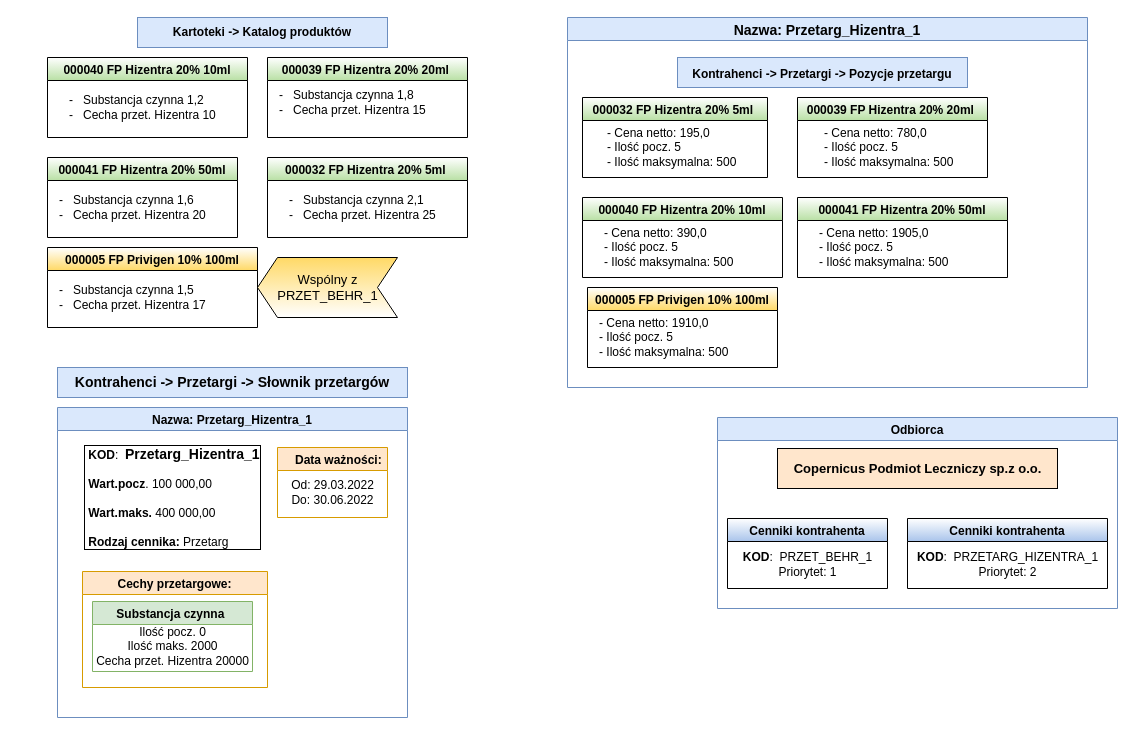
Earlier version of the draw.io diagram page "Page-2" (2 of 3) of Copy of Diagram_Przetargi.drawio (icharewicz/Diagrams). Source tidied: cells renumbered, new cells numbered last; positions are measured from the earlier drawing's top-left corner, leaving out a move shared by most shapes. Both pictures are drawn from the tidied source at 100%, with x=0, y=0 at pixel (47, 17).
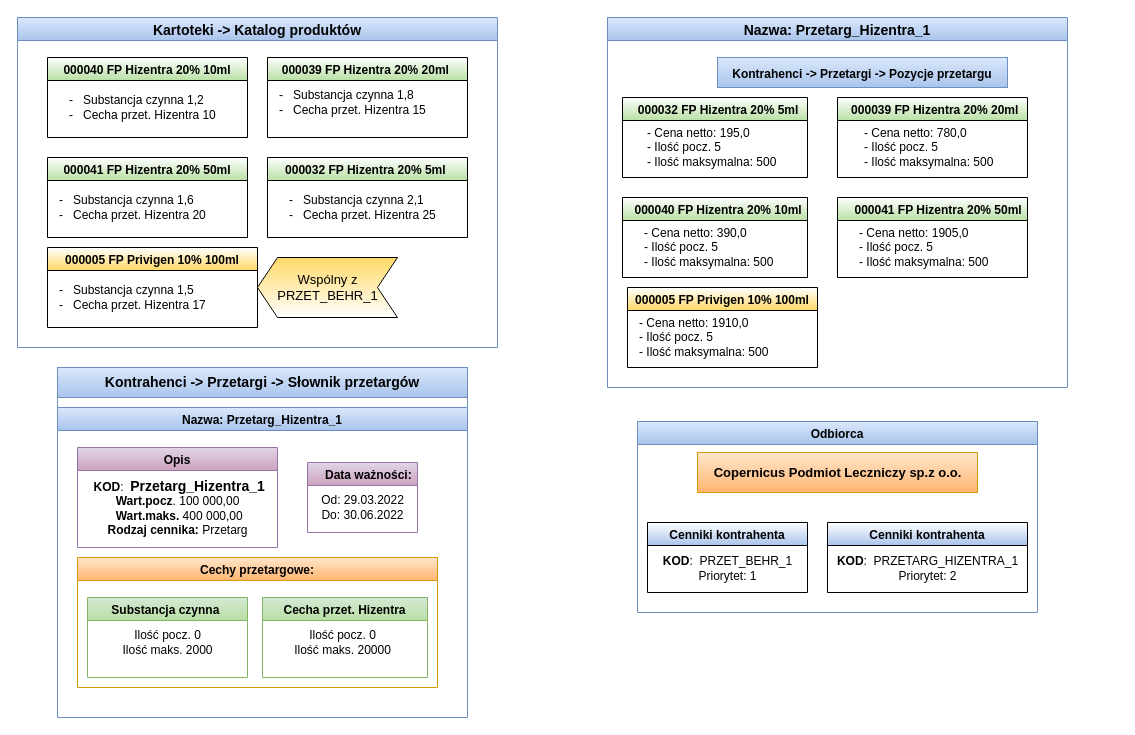
The same diagram, later.

The edit, as a diff of the source:
```diff
@@
-    <mxCell id="4" value="&lt;span style=&quot;font-weight: 700&quot;&gt;Kartoteki -&amp;gt; Katalog produktów&lt;/span&gt;" style="rounded=0;whiteSpace=wrap;html=1;fillColor=#dae8fc;strokeColor=#6c8ebf;" parent="1" vertex="1">
-      <mxGeometry x="90" width="250" height="30" as="geometry" />
-    </mxCell>
@@
-    <mxCell id="7" value="&lt;span style=&quot;font-family: &amp;#34;calibri&amp;#34; , sans-serif&quot;&gt;&lt;b&gt;&lt;font style=&quot;font-size: 14px&quot;&gt;Kontrahenci -&amp;gt; Przetargi -&amp;gt; Słownik przetargów&lt;/font&gt;&lt;/b&gt;&lt;/span&gt;" style="rounded=0;whiteSpace=wrap;html=1;fillColor=#dae8fc;strokeColor=#6c8ebf;" parent="1" vertex="1">
-      <mxGeometry x="10" y="350" width="350" height="30" as="geometry" />
+    <mxCell id="7" value="&lt;span style=&quot;font-family: &amp;#34;calibri&amp;#34; , sans-serif&quot;&gt;&lt;b&gt;&lt;font style=&quot;font-size: 14px&quot;&gt;Kontrahenci -&amp;gt; Przetargi -&amp;gt; Słownik przetargów&lt;/font&gt;&lt;/b&gt;&lt;/span&gt;" style="rounded=0;whiteSpace=wrap;html=1;fillColor=#dae8fc;strokeColor=#6c8ebf;gradientColor=#A9C4EB;" parent="1" vertex="1">
+      <mxGeometry x="10" y="350" width="410" height="30" as="geometry" />
     </mxCell>
-    <mxCell id="8" value="Nazwa: Przetarg_Hizentra_1" style="swimlane;align=center;fillColor=#dae8fc;strokeColor=#6c8ebf;" parent="1" vertex="1">
-      <mxGeometry x="10" y="390" width="350" height="310" as="geometry" />
+    <mxCell id="8" value="Nazwa: Przetarg_Hizentra_1" style="swimlane;align=center;fillColor=#dae8fc;strokeColor=#6c8ebf;gradientColor=#A9C4EB;" parent="1" vertex="1">
+      <mxGeometry x="10" y="390" width="410" height="310" as="geometry" />
     </mxCell>
-    <mxCell id="9" value="&lt;b&gt;&amp;nbsp;KOD&lt;/b&gt;:&amp;nbsp;&amp;nbsp;&lt;span style=&quot;font-size: 14px ; font-weight: 700 ; text-align: center&quot;&gt;Przetarg_Hizentra_1&lt;/span&gt;&lt;br&gt;&lt;br&gt;&lt;b&gt;&amp;nbsp;Wart.pocz&lt;/b&gt;. 100 000,00&lt;br&gt;&lt;br&gt;&lt;b&gt;&amp;nbsp;Wart.maks.&lt;/b&gt; 400 000,00&lt;br&gt;&lt;br&gt;&lt;b&gt;&amp;nbsp;Rodzaj cennika:&lt;/b&gt; Przetarg&amp;nbsp;" style="text;html=1;align=left;verticalAlign=middle;strokeColor=none;fillColor=none;labelBorderColor=default;" parent="8" vertex="1">
-      <mxGeometry x="25" y="40" width="190" height="100" as="geometry" />
-    </mxCell>
-    <mxCell id="10" value=" Data ważności: " style="swimlane;align=right;startSize=23;fillColor=#ffe6cc;strokeColor=#d79b00;" parent="8" vertex="1">
-      <mxGeometry x="220" y="40" width="110" height="70" as="geometry" />
+    <mxCell id="10" value=" Data ważności: " style="swimlane;align=right;startSize=23;fillColor=#e1d5e7;strokeColor=#9673a6;gradientColor=#CDA2BE;" parent="8" vertex="1">
+      <mxGeometry x="250" y="55" width="110" height="70" as="geometry" />
     </mxCell>
@@
-    <mxCell id="12" value="Cechy przetargowe:" style="swimlane;align=center;startSize=23;labelBackgroundColor=none;fillColor=#ffe6cc;strokeColor=#d79b00;" parent="8" vertex="1">
-      <mxGeometry x="25" y="164" width="185" height="116" as="geometry" />
+    <mxCell id="12" value="Cechy przetargowe:" style="swimlane;align=center;startSize=23;labelBackgroundColor=none;fillColor=#ffe6cc;strokeColor=#d79b00;gradientColor=#FFB570;" parent="8" vertex="1">
+      <mxGeometry x="20" y="150" width="360" height="130" as="geometry" />
     </mxCell>
-    <mxCell id="13" value="Substancja czynna " style="swimlane;align=center;startSize=23;fontStyle=1;fillColor=#d5e8d4;strokeColor=#82b366;" parent="12" vertex="1">
-      <mxGeometry x="10" y="30" width="160" height="70" as="geometry" />
+    <mxCell id="13" value="Substancja czynna " style="swimlane;align=center;startSize=23;fontStyle=1;fillColor=#d5e8d4;strokeColor=#82b366;gradientColor=#B9E0A5;" parent="12" vertex="1">
+      <mxGeometry x="10" y="40" width="160" height="80" as="geometry" />
     </mxCell>
-    <mxCell id="14" value="&lt;span style=&quot;text-align: left&quot;&gt;Ilość pocz. 0&lt;/span&gt;&lt;br style=&quot;text-align: left&quot;&gt;&lt;span style=&quot;text-align: left&quot;&gt;Ilość maks. 2000&lt;br&gt;&lt;/span&gt;&lt;span style=&quot;text-align: left&quot;&gt;Cecha przet. Hizentra&amp;nbsp;&lt;/span&gt;&lt;span style=&quot;text-align: left&quot;&gt;20000&lt;br&gt;&lt;/span&gt;" style="text;html=1;align=center;verticalAlign=middle;strokeColor=none;fillColor=none;" parent="13" vertex="1">
-      <mxGeometry x="-5" y="20" width="170" height="50" as="geometry" />
+    <mxCell id="14" value="&lt;span style=&quot;text-align: left&quot;&gt;Ilość pocz. 0&lt;/span&gt;&lt;br style=&quot;text-align: left&quot;&gt;&lt;span style=&quot;text-align: left&quot;&gt;Ilość maks. 2000&lt;/span&gt;&lt;span style=&quot;text-align: left&quot;&gt;&lt;br&gt;&lt;/span&gt;" style="text;html=1;align=center;verticalAlign=middle;strokeColor=none;fillColor=none;" parent="13" vertex="1">
+      <mxGeometry x="25" y="30" width="110" height="30" as="geometry" />
     </mxCell>
+    <mxCell id="41" value="Cecha przet. Hizentra" style="swimlane;align=center;startSize=23;fontStyle=1;fillColor=#d5e8d4;strokeColor=#82b366;gradientColor=#B9E0A5;" parent="12" vertex="1">
+      <mxGeometry x="185" y="40" width="165" height="80" as="geometry" />
+    </mxCell>
+    <mxCell id="42" value="&lt;span style=&quot;text-align: left&quot;&gt;Ilość pocz. 0&lt;/span&gt;&lt;br style=&quot;text-align: left&quot;&gt;&lt;span style=&quot;text-align: left&quot;&gt;Ilość maks.&amp;nbsp;&lt;/span&gt;&lt;span style=&quot;text-align: left&quot;&gt;20000&lt;/span&gt;&lt;span style=&quot;text-align: left&quot;&gt;&lt;br&gt;&lt;/span&gt;" style="text;html=1;align=center;verticalAlign=middle;strokeColor=none;fillColor=none;" parent="41" vertex="1">
+      <mxGeometry x="25" y="30" width="110" height="30" as="geometry" />
+    </mxCell>
+    <mxCell id="43" value="Opis" style="swimlane;align=center;startSize=23;fontStyle=1;fillColor=#e1d5e7;strokeColor=#9673a6;gradientColor=#CDA2BE;" parent="8" vertex="1">
+      <mxGeometry x="20" y="40" width="200" height="100" as="geometry" />
+    </mxCell>
+    <mxCell id="9" value="&lt;b style=&quot;text-align: left&quot;&gt;&amp;nbsp;KOD&lt;/b&gt;&lt;span style=&quot;text-align: left&quot;&gt;:&amp;nbsp;&amp;nbsp;&lt;/span&gt;&lt;span style=&quot;font-size: 14px ; font-weight: 700&quot;&gt;Przetarg_Hizentra_1&lt;/span&gt;&lt;br style=&quot;text-align: left&quot;&gt;&lt;b style=&quot;text-align: left&quot;&gt;Wart.pocz&lt;/b&gt;&lt;span style=&quot;text-align: left&quot;&gt;. 100 000,00&lt;/span&gt;&lt;br style=&quot;text-align: left&quot;&gt;&lt;b style=&quot;text-align: left&quot;&gt;&amp;nbsp;Wart.maks.&lt;/b&gt;&lt;span style=&quot;text-align: left&quot;&gt;&amp;nbsp;400 000,00&lt;/span&gt;&lt;br style=&quot;text-align: left&quot;&gt;&lt;b style=&quot;text-align: left&quot;&gt;&amp;nbsp;Rodzaj cennika:&lt;/b&gt;&lt;span style=&quot;text-align: left&quot;&gt;&amp;nbsp;Przetarg&amp;nbsp;&lt;/span&gt;&lt;span style=&quot;text-align: left&quot;&gt;&lt;br&gt;&lt;/span&gt;" style="text;html=1;align=center;verticalAlign=middle;strokeColor=none;fillColor=none;" parent="43" vertex="1">
+      <mxGeometry x="5" y="30" width="190" height="60" as="geometry" />
+    </mxCell>
-    <mxCell id="15" value="Nazwa: Przetarg_Hizentra_1" style="swimlane;align=center;startSize=23;fontSize=14;fillColor=#dae8fc;strokeColor=#6c8ebf;" parent="1" vertex="1">
-      <mxGeometry x="520" width="520" height="370" as="geometry" />
+    <mxCell id="15" value="Nazwa: Przetarg_Hizentra_1" style="swimlane;align=center;startSize=23;fontSize=14;fillColor=#dae8fc;strokeColor=#6c8ebf;gradientColor=#A9C4EB;" parent="1" vertex="1">
+      <mxGeometry x="560" width="460" height="370" as="geometry" />
     </mxCell>
-    <mxCell id="16" value="&lt;h2&gt;&lt;font style=&quot;font-size: 12px&quot;&gt;Kontrahenci -&amp;gt; Przetargi -&amp;gt; Pozycje przetargu&lt;/font&gt;&lt;/h2&gt;" style="rounded=0;whiteSpace=wrap;html=1;fillColor=#dae8fc;strokeColor=#6c8ebf;" parent="15" vertex="1">
+    <mxCell id="16" value="&lt;h2&gt;&lt;font style=&quot;font-size: 12px&quot;&gt;Kontrahenci -&amp;gt; Przetargi -&amp;gt; Pozycje przetargu&lt;/font&gt;&lt;/h2&gt;" style="rounded=0;whiteSpace=wrap;html=1;fillColor=#dae8fc;strokeColor=#6c8ebf;gradientColor=#A9C4EB;" parent="15" vertex="1">
       <mxGeometry x="110" y="40" width="290" height="30" as="geometry" />
     </mxCell>
-    <mxCell id="17" value="000032 FP Hizentra 20% 5ml " style="swimlane;align=center;gradientColor=#B9E0A5;" parent="15" vertex="1">
+    <mxCell id="17" value="000032 FP Hizentra 20% 5ml  " style="swimlane;align=right;gradientColor=#B9E0A5;" parent="15" vertex="1">
       <mxGeometry x="15" y="80" width="185" height="80" as="geometry" />
     </mxCell>
@@
-    <mxCell id="19" value="000039 FP Hizentra 20% 20ml " style="swimlane;align=center;gradientColor=#B9E0A5;" parent="15" vertex="1">
+    <mxCell id="19" value="000039 FP Hizentra 20% 20ml  " style="swimlane;align=right;gradientColor=#B9E0A5;" parent="15" vertex="1">
       <mxGeometry x="230" y="80" width="190" height="80" as="geometry" />
     </mxCell>
@@
-    <mxCell id="21" value="000040 FP Hizentra 20% 10ml" style="swimlane;align=center;gradientColor=#B9E0A5;" parent="15" vertex="1">
-      <mxGeometry x="15" y="180" width="200" height="80" as="geometry" />
+    <mxCell id="21" value="000040 FP Hizentra 20% 10ml " style="swimlane;align=right;gradientColor=#B9E0A5;" parent="15" vertex="1">
+      <mxGeometry x="15" y="180" width="185" height="80" as="geometry" />
     </mxCell>
@@
-    <mxCell id="23" value="000041 FP Hizentra 20% 50ml" style="swimlane;align=center;gradientColor=#B9E0A5;" parent="15" vertex="1">
-      <mxGeometry x="230" y="180" width="210" height="80" as="geometry" />
+    <mxCell id="23" value="000041 FP Hizentra 20% 50ml " style="swimlane;align=right;gradientColor=#B9E0A5;" parent="15" vertex="1">
+      <mxGeometry x="230" y="180" width="190" height="80" as="geometry" />
     </mxCell>
@@
-    <mxCell id="27" value="Odbiorca" style="swimlane;align=center;fillColor=#dae8fc;strokeColor=#6c8ebf;" parent="1" vertex="1">
-      <mxGeometry x="670" y="400" width="400" height="191" as="geometry" />
+    <mxCell id="27" value="Odbiorca" style="swimlane;align=center;fillColor=#dae8fc;strokeColor=#6c8ebf;gradientColor=#A9C4EB;" parent="1" vertex="1">
+      <mxGeometry x="590" y="404" width="400" height="191" as="geometry" />
     </mxCell>
@@
-    <mxCell id="30" value="&lt;p class=&quot;MsoNormal&quot;&gt;&lt;b&gt;&lt;font style=&quot;font-size: 13px&quot;&gt;&amp;nbsp; Copernicus Podmiot Leczniczy sp.z o.o.&amp;nbsp;&amp;nbsp;&lt;/font&gt;&lt;/b&gt;&lt;/p&gt;" style="text;html=1;align=center;verticalAlign=middle;strokeColor=default;fillColor=#ffe6cc;labelBorderColor=none;" parent="27" vertex="1">
+    <mxCell id="30" value="&lt;p class=&quot;MsoNormal&quot;&gt;&lt;b&gt;&lt;font style=&quot;font-size: 13px&quot;&gt;&amp;nbsp; Copernicus Podmiot Leczniczy sp.z o.o.&amp;nbsp;&amp;nbsp;&lt;/font&gt;&lt;/b&gt;&lt;/p&gt;" style="text;html=1;align=center;verticalAlign=middle;strokeColor=#d79b00;fillColor=#ffe6cc;labelBorderColor=none;gradientColor=#FFB570;" parent="27" vertex="1">
       <mxGeometry x="60" y="31" width="280" height="40" as="geometry" />
     </mxCell>
@@
     <mxCell id="33" value="000041 FP Hizentra 20% 50ml" style="swimlane;align=center;gradientColor=#B9E0A5;" parent="1" vertex="1">
-      <mxGeometry y="140" width="190" height="80" as="geometry" />
+      <mxGeometry y="140" width="200" height="80" as="geometry" />
     </mxCell>
@@
+    <mxCell id="4" value="Kartoteki -&gt; Katalog produktów" style="swimlane;align=center;startSize=23;fontSize=14;fillColor=#dae8fc;strokeColor=#6c8ebf;gradientColor=#A9C4EB;" parent="1" vertex="1">
+      <mxGeometry x="-30" width="480" height="330" as="geometry" />
+    </mxCell>
+    <mxCell id="44" style="endArrow=none;html=1;rounded=0;labelBackgroundColor=#B9E0A5;fontSize=9;fillColor=#dae8fc;entryX=0;entryY=1;entryDx=0;entryDy=0;exitX=0;exitY=0;exitDx=0;exitDy=0;strokeColor=#6c8ebf;" parent="1" edge="1" source="8" target="7">
+      <mxGeometry relative="1" as="geometry" />
+    </mxCell>
+    <mxCell id="45" style="endArrow=none;html=1;rounded=0;labelBackgroundColor=#B9E0A5;fontSize=9;fillColor=#dae8fc;entryX=1;entryY=1;entryDx=0;entryDy=0;exitX=1;exitY=0;exitDx=0;exitDy=0;strokeColor=#6c8ebf;" parent="1" edge="1" source="8" target="7">
+      <mxGeometry relative="1" as="geometry" />
+    </mxCell>
```
